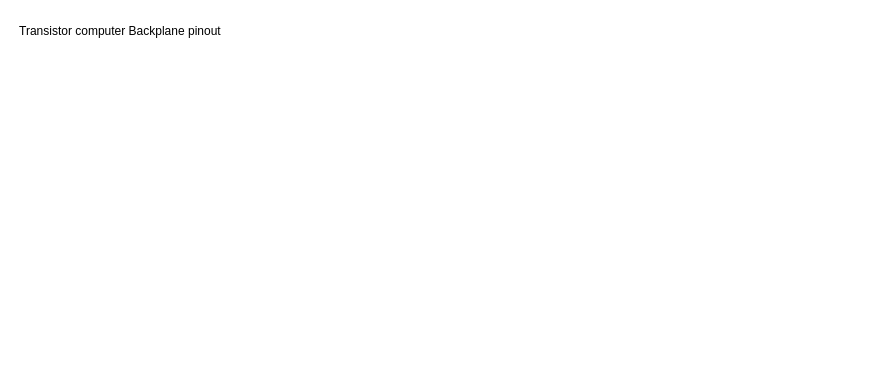
The draw.io diagram documentation/pins.drawio in ash6502/transistor-computer, before the edit. Source tidied: cells renumbered, new cells numbered last; positions are measured from the earlier drawing's top-left corner, leaving out a move shared by most shapes. Both pictures are drawn from the tidied source at 100%, with x=0, y=0 at pixel (17, 17).
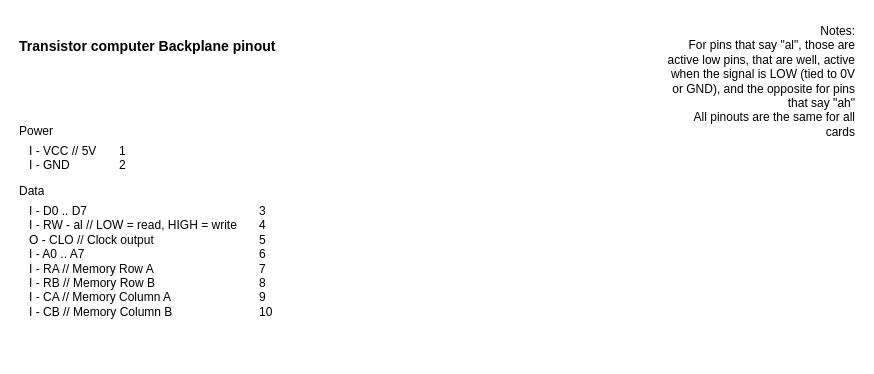
Above is the later version.

The edit, as a diff of the source:
```diff
@@
 <mxGraphModel>
   <root>
     <mxCell id="0" />
     <mxCell id="1" parent="0" />
-    <mxCell id="2" value="Transistor computer Backplane pinout" style="text;html=1;whiteSpace=wrap;overflow=hidden;rounded=0;" parent="1" vertex="1">
-      <mxGeometry width="220" height="30" as="geometry" />
+    <mxCell id="2" value="&lt;h3&gt;Transistor computer Backplane pinout&lt;/h3&gt;" style="text;html=1;whiteSpace=wrap;overflow=hidden;rounded=0;" parent="1" vertex="1">
+      <mxGeometry width="320" height="40" as="geometry" />
     </mxCell>
+    <mxCell id="3" value="&lt;div&gt;Data&lt;/div&gt;" style="text;html=1;whiteSpace=wrap;overflow=hidden;rounded=0;" parent="1" vertex="1">
+      <mxGeometry y="160" width="60" height="20" as="geometry" />
+    </mxCell>
+    <mxCell id="4" value="&lt;div align=&quot;left&quot;&gt;I - D0 .. D7&lt;/div&gt;&lt;div align=&quot;left&quot;&gt;I - RW - al // LOW = read, HIGH = write&lt;/div&gt;&lt;div&gt;O - CLO // Clock output&lt;/div&gt;&lt;div&gt;I - A0 .. A7&lt;/div&gt;&lt;div&gt;I - RA // Memory Row A&lt;/div&gt;&lt;div&gt;I - RB // Memory Row B&lt;/div&gt;&lt;div&gt;I - CA // Memory Column A&lt;/div&gt;&lt;div&gt;I - CB // Memory Column B&lt;/div&gt;" style="text;html=1;whiteSpace=wrap;strokeColor=none;fillColor=none;align=left;verticalAlign=top;rounded=0;" parent="1" vertex="1">
+      <mxGeometry x="10" y="180" width="230" height="160" as="geometry" />
+    </mxCell>
+    <mxCell id="5" value="&lt;div align=&quot;right&quot;&gt;Notes:&lt;/div&gt;&lt;div align=&quot;right&quot;&gt;For pins that say &quot;al&quot;, those are active low pins, that are well, active when the signal is LOW (tied to 0V or GND), and the opposite for pins that say &quot;ah&quot;&lt;/div&gt;&lt;div&gt;All pinouts are the same for all cards&lt;/div&gt;" style="text;html=1;whiteSpace=wrap;overflow=hidden;rounded=0;align=right;" parent="1" vertex="1">
+      <mxGeometry x="650" width="190" height="120" as="geometry" />
+    </mxCell>
+    <mxCell id="6" value="&lt;div&gt;Power&lt;/div&gt;" style="text;html=1;whiteSpace=wrap;overflow=hidden;rounded=0;" parent="1" vertex="1">
+      <mxGeometry y="100" width="60" height="20" as="geometry" />
+    </mxCell>
+    <mxCell id="7" value="&lt;div&gt;I - VCC // 5V&lt;/div&gt;&lt;div&gt;I - GND&lt;/div&gt;" style="text;html=1;whiteSpace=wrap;strokeColor=none;fillColor=none;align=left;verticalAlign=top;rounded=0;" parent="1" vertex="1">
+      <mxGeometry x="10" y="120" width="110" height="40" as="geometry" />
+    </mxCell>
+    <mxCell id="8" value="&lt;div&gt;1&lt;/div&gt;&lt;div&gt;2&lt;/div&gt;" style="text;html=1;whiteSpace=wrap;strokeColor=none;fillColor=none;align=left;verticalAlign=top;rounded=0;" parent="1" vertex="1">
+      <mxGeometry x="100" y="120" width="60" height="40" as="geometry" />
+    </mxCell>
+    <mxCell id="9" value="&lt;div&gt;3&lt;/div&gt;&lt;div&gt;4&lt;/div&gt;&lt;div&gt;5&lt;/div&gt;&lt;div&gt;6&lt;/div&gt;&lt;div&gt;7&lt;/div&gt;&lt;div&gt;8&lt;/div&gt;&lt;div&gt;9&lt;/div&gt;&lt;div&gt;10&lt;/div&gt;" style="text;html=1;whiteSpace=wrap;strokeColor=none;fillColor=none;align=left;verticalAlign=top;rounded=0;" parent="1" vertex="1">
+      <mxGeometry x="240" y="180" width="60" height="160" as="geometry" />
+    </mxCell>
   </root>
 </mxGraphModel>
```
